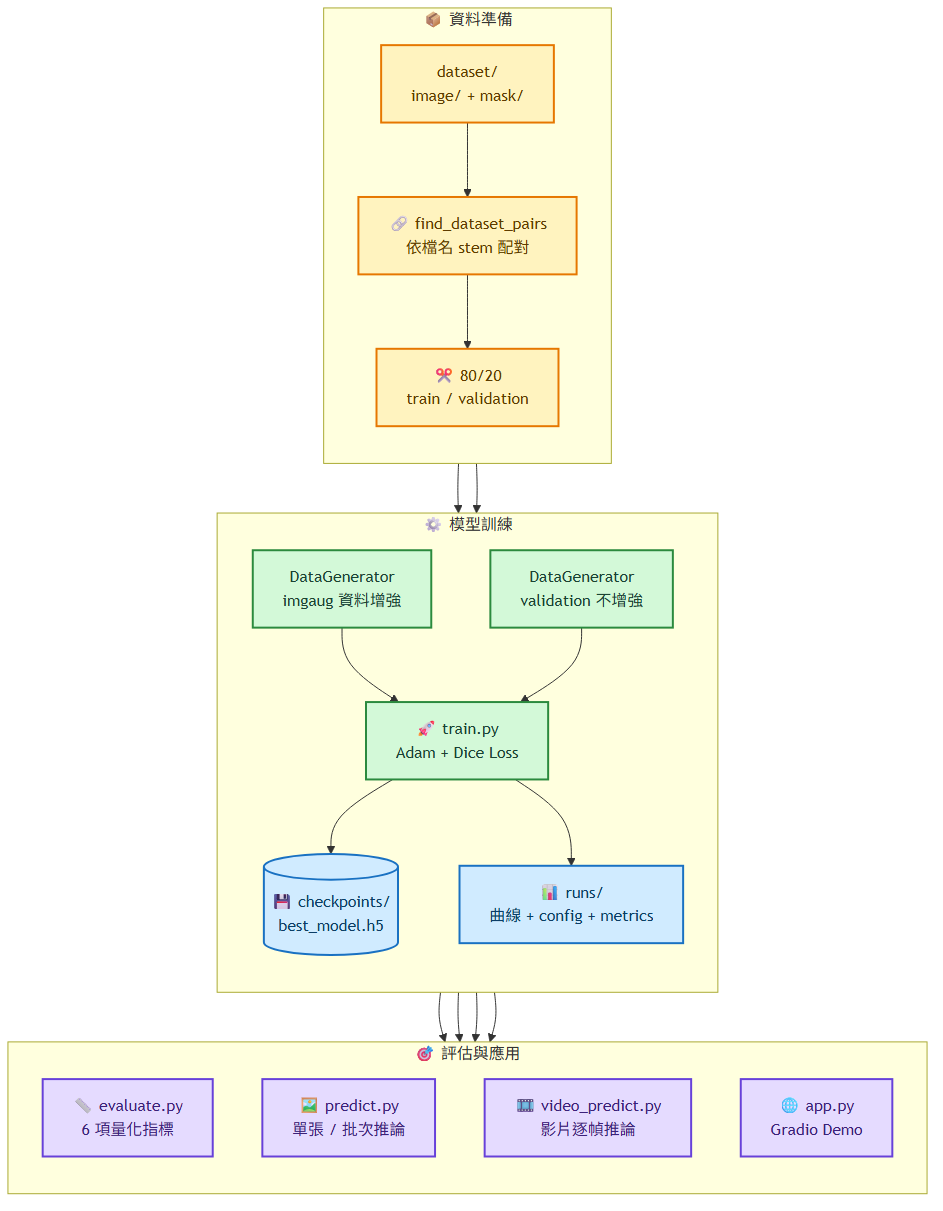
kuotunyu/crack-seg keeps this Mermaid diagram as docs/diagrams/readme_01_flowchart_project_workflow.png. Above is the earlier version. Its source is kept beside it as docs/diagrams/readme_01_flowchart_project_workflow.mmd.
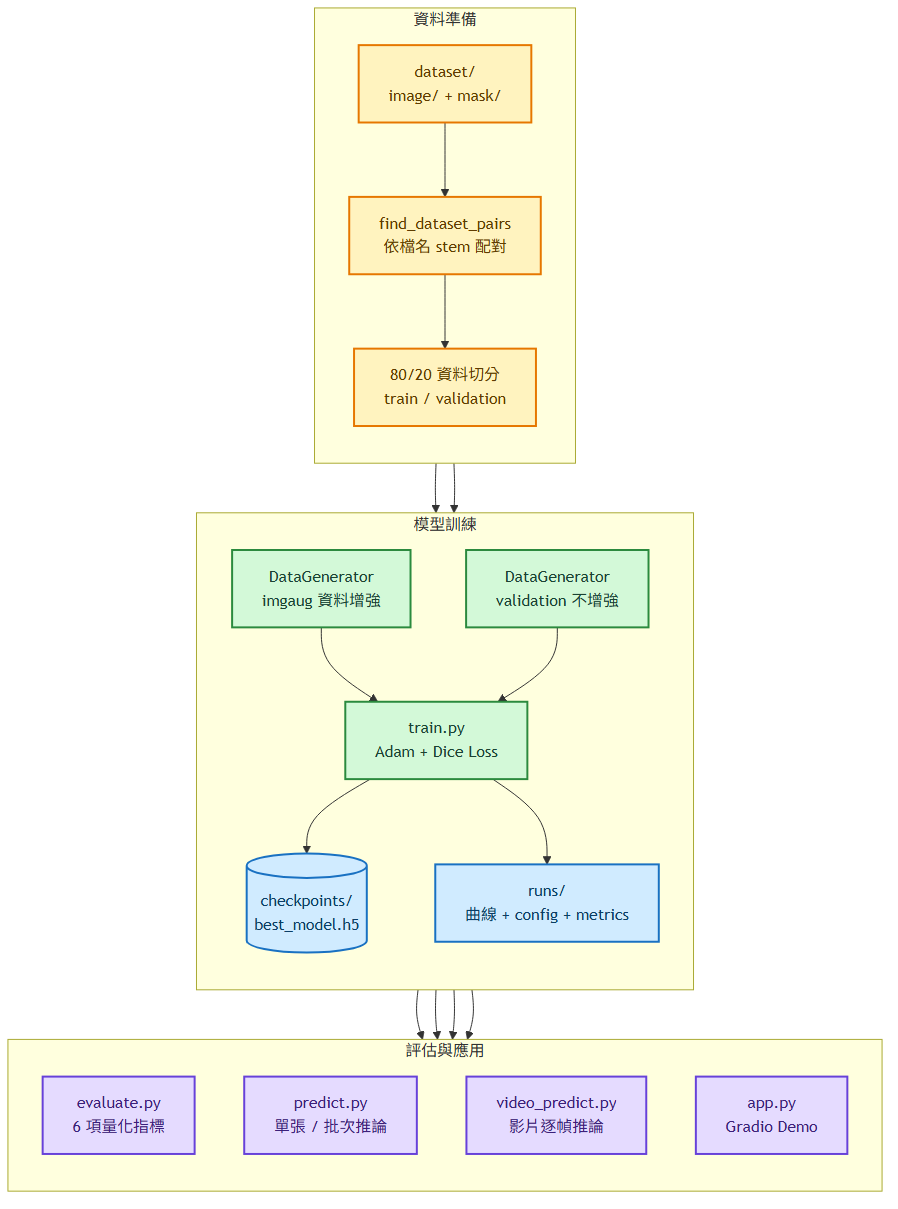
Above is the later version.

Commit message:
調整系統架構圖與 README 說明

The edit, as a diff of the source:
```diff
@@ -1,26 +1,26 @@
 flowchart TD
-    subgraph Data["📦 資料準備"]
+    subgraph Data["資料準備"]
         direction TB
-        Dataset["dataset/<br/>image/ + mask/"] --> Pair["🔗 find_dataset_pairs<br/>依檔名 stem 配對"]
-        Pair --> Split["✂️ 80/20<br/>train / validation"]
+        Dataset["dataset/<br/>image/ + mask/"] --> Pair["find_dataset_pairs<br/>依檔名 stem 配對"]
+        Pair --> Split["80/20 資料切分<br/>train / validation"]
     end
 
-    subgraph Training["⚙️ 模型訓練"]
+    subgraph Training["模型訓練"]
         direction TB
         Split --> TrainGen["DataGenerator<br/>imgaug 資料增強"]
         Split --> ValGen["DataGenerator<br/>validation 不增強"]
-        TrainGen --> Fit["🚀 train.py<br/>Adam + Dice Loss"]
+        TrainGen --> Fit["train.py<br/>Adam + Dice Loss"]
         ValGen --> Fit
-        Fit --> Checkpoint[("💾 checkpoints/<br/>best_model.h5")]
-        Fit --> Runs["📊 runs/<br/>曲線 + config + metrics"]
+        Fit --> Checkpoint[("checkpoints/<br/>best_model.h5")]
+        Fit --> Runs["runs/<br/>曲線 + config + metrics"]
     end
 
-    subgraph Application["🎯 評估與應用"]
+    subgraph Application["評估與應用"]
         direction TB
-        Checkpoint --> Evaluate["📏 evaluate.py<br/>6 項量化指標"]
-        Checkpoint --> Predict["🖼️ predict.py<br/>單張 / 批次推論"]
-        Checkpoint --> Video["🎞️ video_predict.py<br/>影片逐幀推論"]
-        Checkpoint --> Demo["🌐 app.py<br/>Gradio Demo"]
+        Checkpoint --> Evaluate["evaluate.py<br/>6 項量化指標"]
+        Checkpoint --> Predict["predict.py<br/>單張 / 批次推論"]
+        Checkpoint --> Video["video_predict.py<br/>影片逐幀推論"]
+        Checkpoint --> Demo["app.py<br/>Gradio Demo"]
     end
 
     classDef data fill:#FFF3BF,stroke:#E67700,stroke-width:2px,color:#5F3C00
```
